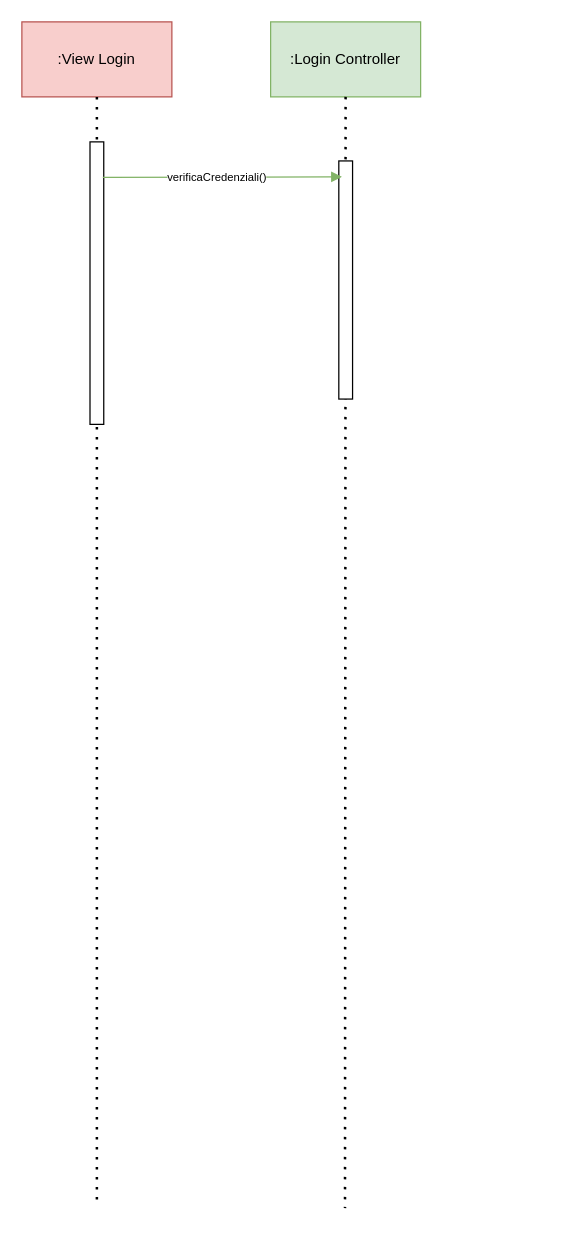
Before: Diagrammi_Package/Interazione/Login.drawio in JosephBoom02/Progetto_Ingegneria_del_Software, a draw.io diagram. Source tidied: cells renumbered, new cells numbered last; positions are measured from the earlier drawing's top-left corner, leaving out a move shared by most shapes. Both pictures are drawn from the tidied source at 125%, with x=0, y=0 at pixel (-45, 21).
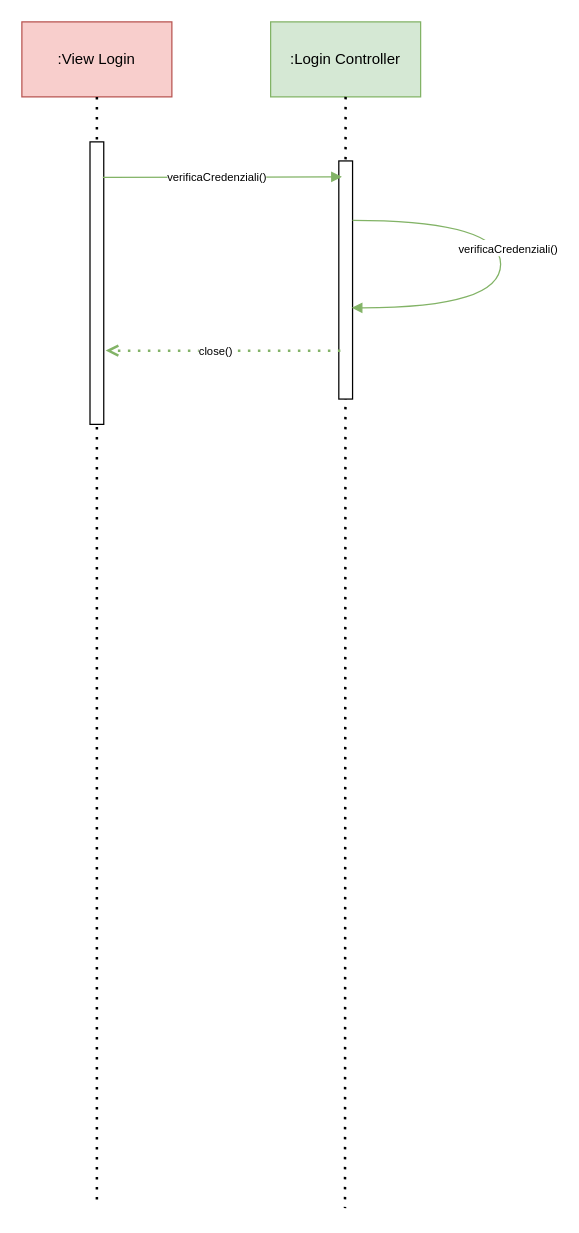
Above is the later version.

Diff of the diagram source:
```diff
@@
 <mxGraphModel>
   <root>
     <mxCell id="0" />
     <mxCell id="1" parent="0" />
     <mxCell id="2" value=":View Login" style="rounded=0;whiteSpace=wrap;html=1;fillColor=#f8cecc;strokeColor=#b85450;" parent="1" vertex="1">
       <mxGeometry x="53" width="120" height="60" as="geometry" />
     </mxCell>
     <mxCell id="3" value=":Login Controller" style="rounded=0;whiteSpace=wrap;html=1;fillColor=#d5e8d4;strokeColor=#82b366;" parent="1" vertex="1">
       <mxGeometry x="252" width="120" height="60" as="geometry" />
     </mxCell>
     <mxCell id="4" style="endArrow=none;dashed=1;html=1;dashPattern=1 3;strokeWidth=2;rounded=0;exitX=0.5;exitY=1;exitDx=0;exitDy=0;" parent="1" edge="1" source="2">
       <mxGeometry relative="1" as="geometry">
         <mxPoint x="113" y="945" as="targetPoint" />
       </mxGeometry>
     </mxCell>
     <mxCell id="5" style="endArrow=none;dashed=1;html=1;dashPattern=1 3;strokeWidth=2;rounded=0;" parent="1" edge="1" source="3">
       <mxGeometry relative="1" as="geometry">
         <mxPoint x="311.5" y="949" as="targetPoint" />
       </mxGeometry>
     </mxCell>
     <mxCell id="6" style="rounded=0;whiteSpace=wrap;html=1;rotation=90;" parent="1" vertex="1">
       <mxGeometry y="203.5" width="226" height="11" as="geometry" />
     </mxCell>
     <mxCell id="7" style="rounded=0;whiteSpace=wrap;html=1;rotation=90;" parent="1" vertex="1">
       <mxGeometry x="216.8" y="201" width="190.5" height="11" as="geometry" />
     </mxCell>
     <mxCell id="8" style="endArrow=block;html=1;rounded=0;fillColor=#d5e8d4;strokeColor=#82b366;endFill=1;exitX=0.126;exitY=0.067;exitDx=0;exitDy=0;exitPerimeter=0;" parent="1" edge="1" source="6">
       <mxGeometry relative="1" as="geometry">
         <mxPoint x="309" y="124" as="targetPoint" />
       </mxGeometry>
     </mxCell>
     <mxCell id="9" value="&lt;font style=&quot;font-size: 9px;&quot;&gt;verificaCredenziali()&lt;/font&gt;" style="edgeLabel;html=1;align=center;verticalAlign=middle;" parent="8" vertex="1">
       <mxGeometry x="-0.09" y="1" relative="1" as="geometry">
         <mxPoint x="4" as="offset" />
       </mxGeometry>
     </mxCell>
+    <mxCell id="10" style="endArrow=block;html=1;rounded=0;fillColor=#d5e8d4;strokeColor=#82b366;endFill=1;exitX=0.25;exitY=0;exitDx=0;exitDy=0;edgeStyle=orthogonalEdgeStyle;curved=1;entryX=0.617;entryY=0.063;entryDx=0;entryDy=0;entryPerimeter=0;" parent="1" edge="1" source="7" target="7">
+      <mxGeometry relative="1" as="geometry">
+        <Array as="points">
+          <mxPoint x="436" y="159" />
+          <mxPoint x="436" y="229" />
+        </Array>
+      </mxGeometry>
+    </mxCell>
+    <mxCell id="11" value="&lt;font style=&quot;font-size: 9px;&quot;&gt;verificaCredenziali()&lt;/font&gt;" style="edgeLabel;html=1;align=center;verticalAlign=middle;" parent="10" vertex="1">
+      <mxGeometry x="-0.09" y="1" relative="1" as="geometry">
+        <mxPoint x="4" as="offset" />
+      </mxGeometry>
+    </mxCell>
+    <mxCell id="12" style="endArrow=open;dashed=1;html=1;dashPattern=1 3;strokeWidth=2;rounded=0;endFill=0;fillColor=#d5e8d4;strokeColor=#82b366;exitX=0.797;exitY=0.885;exitDx=0;exitDy=0;exitPerimeter=0;" parent="1" edge="1" source="7">
+      <mxGeometry relative="1" as="geometry">
+        <mxPoint x="120" y="263" as="targetPoint" />
+      </mxGeometry>
+    </mxCell>
+    <mxCell id="13" value="&lt;font style=&quot;font-size: 9px;&quot;&gt;close()&lt;/font&gt;" style="edgeLabel;html=1;align=center;verticalAlign=middle;" parent="12" vertex="1">
+      <mxGeometry x="0.06" y="-1" relative="1" as="geometry" />
+    </mxCell>
   </root>
 </mxGraphModel>
```
